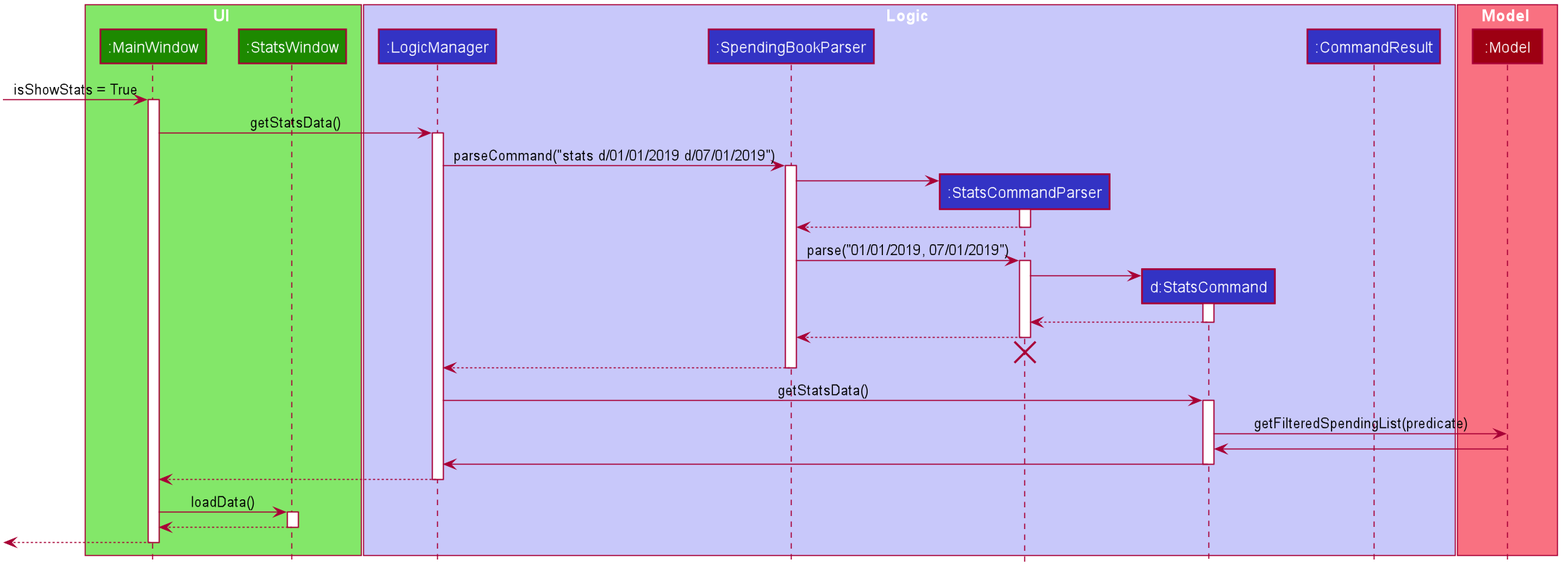
Earlier version of the PlantUML export docs/images/StatsMessageSequenceDiagram.png (nus-cs2103-AY1920S1/addressbook-level3).
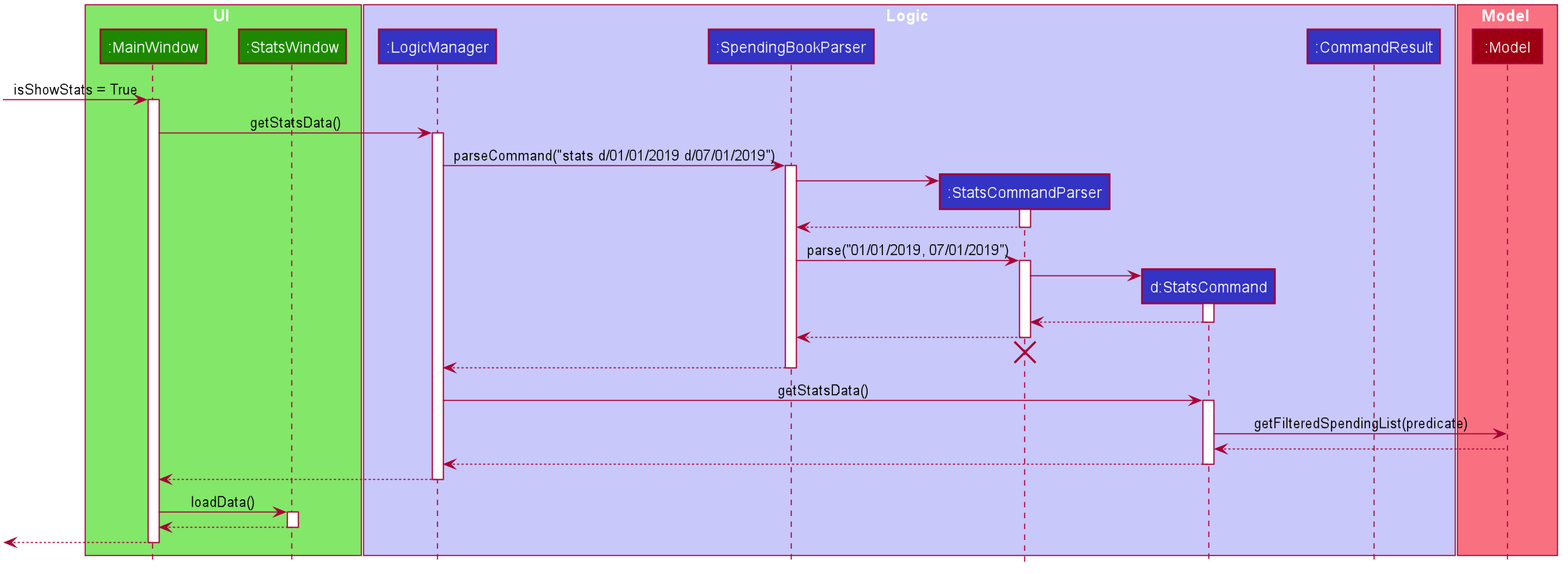
The same diagram one commit later.

Commit message:
Update Sequence Diagrams

Change to the diagram source:
```diff
@@ -104,10 +104,10 @@
 
 StatsCommand -> Model : getFilteredSpendingList(predicate)
 
-Model -> StatsCommand
+Model --> StatsCommand
 deactivate Model
 
-StatsCommand -> LogicManager
+StatsCommand --> LogicManager
 deactivate StatsCommand
 
 LogicManager --> MainWindow
```
